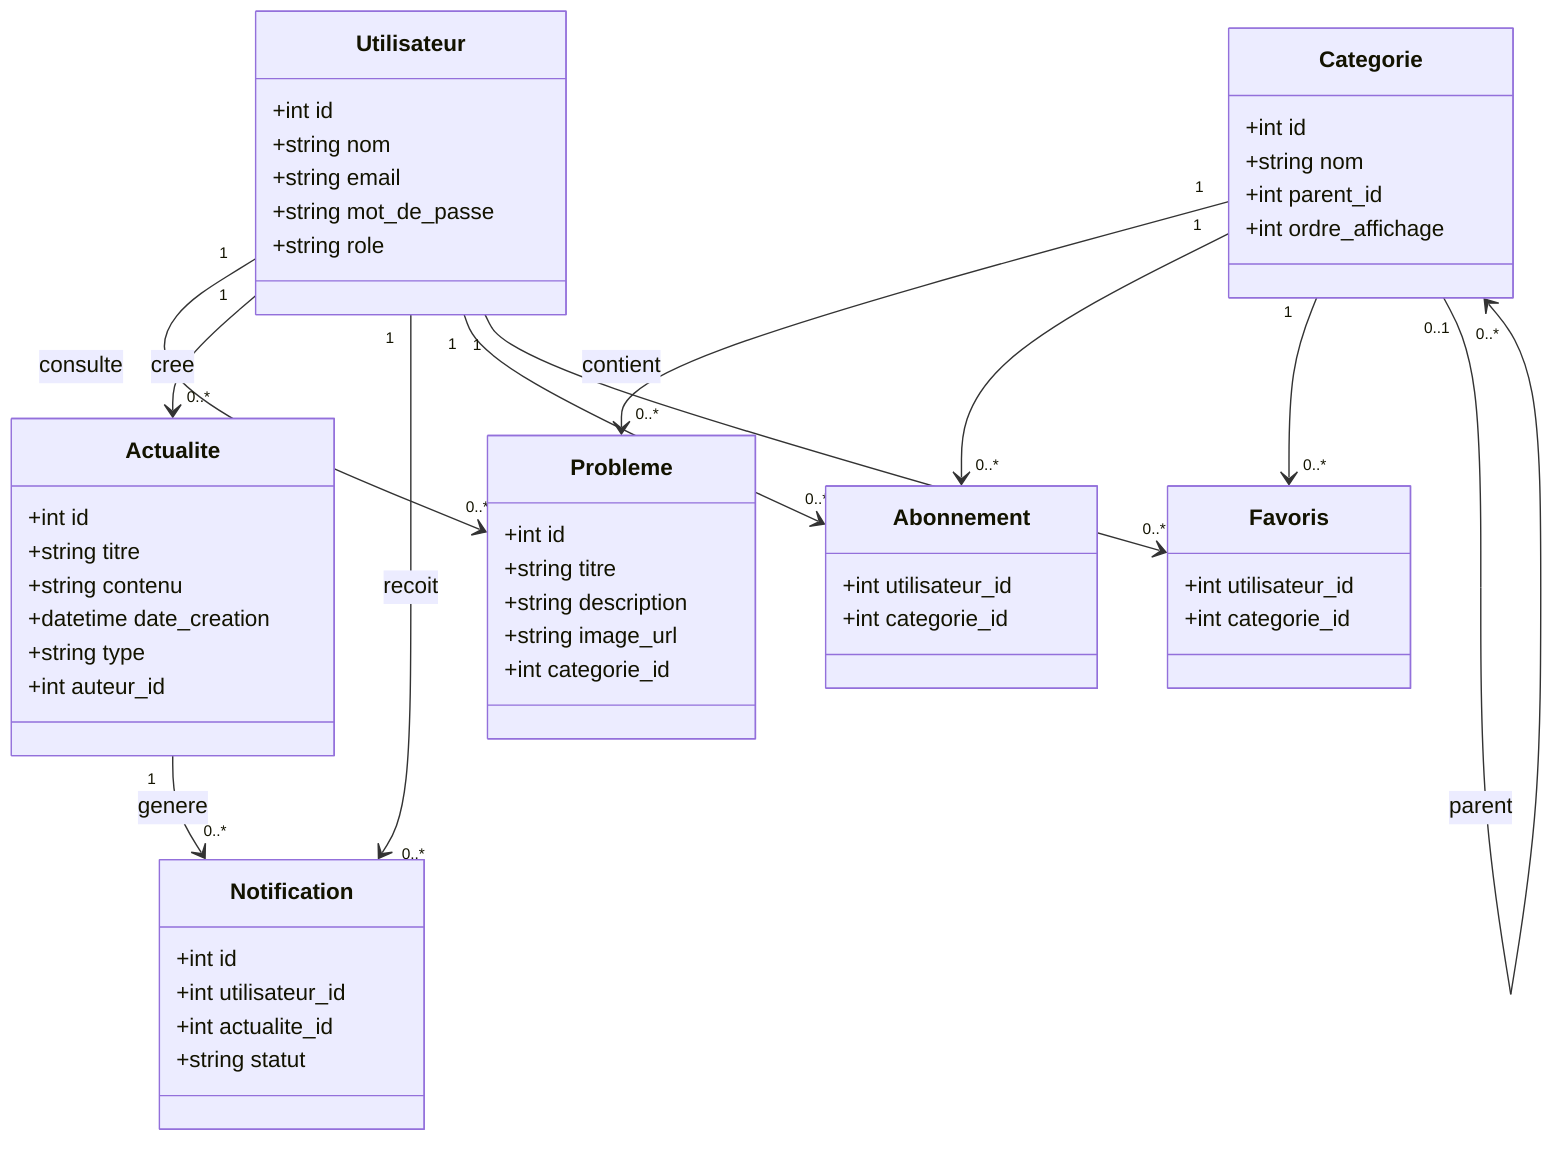
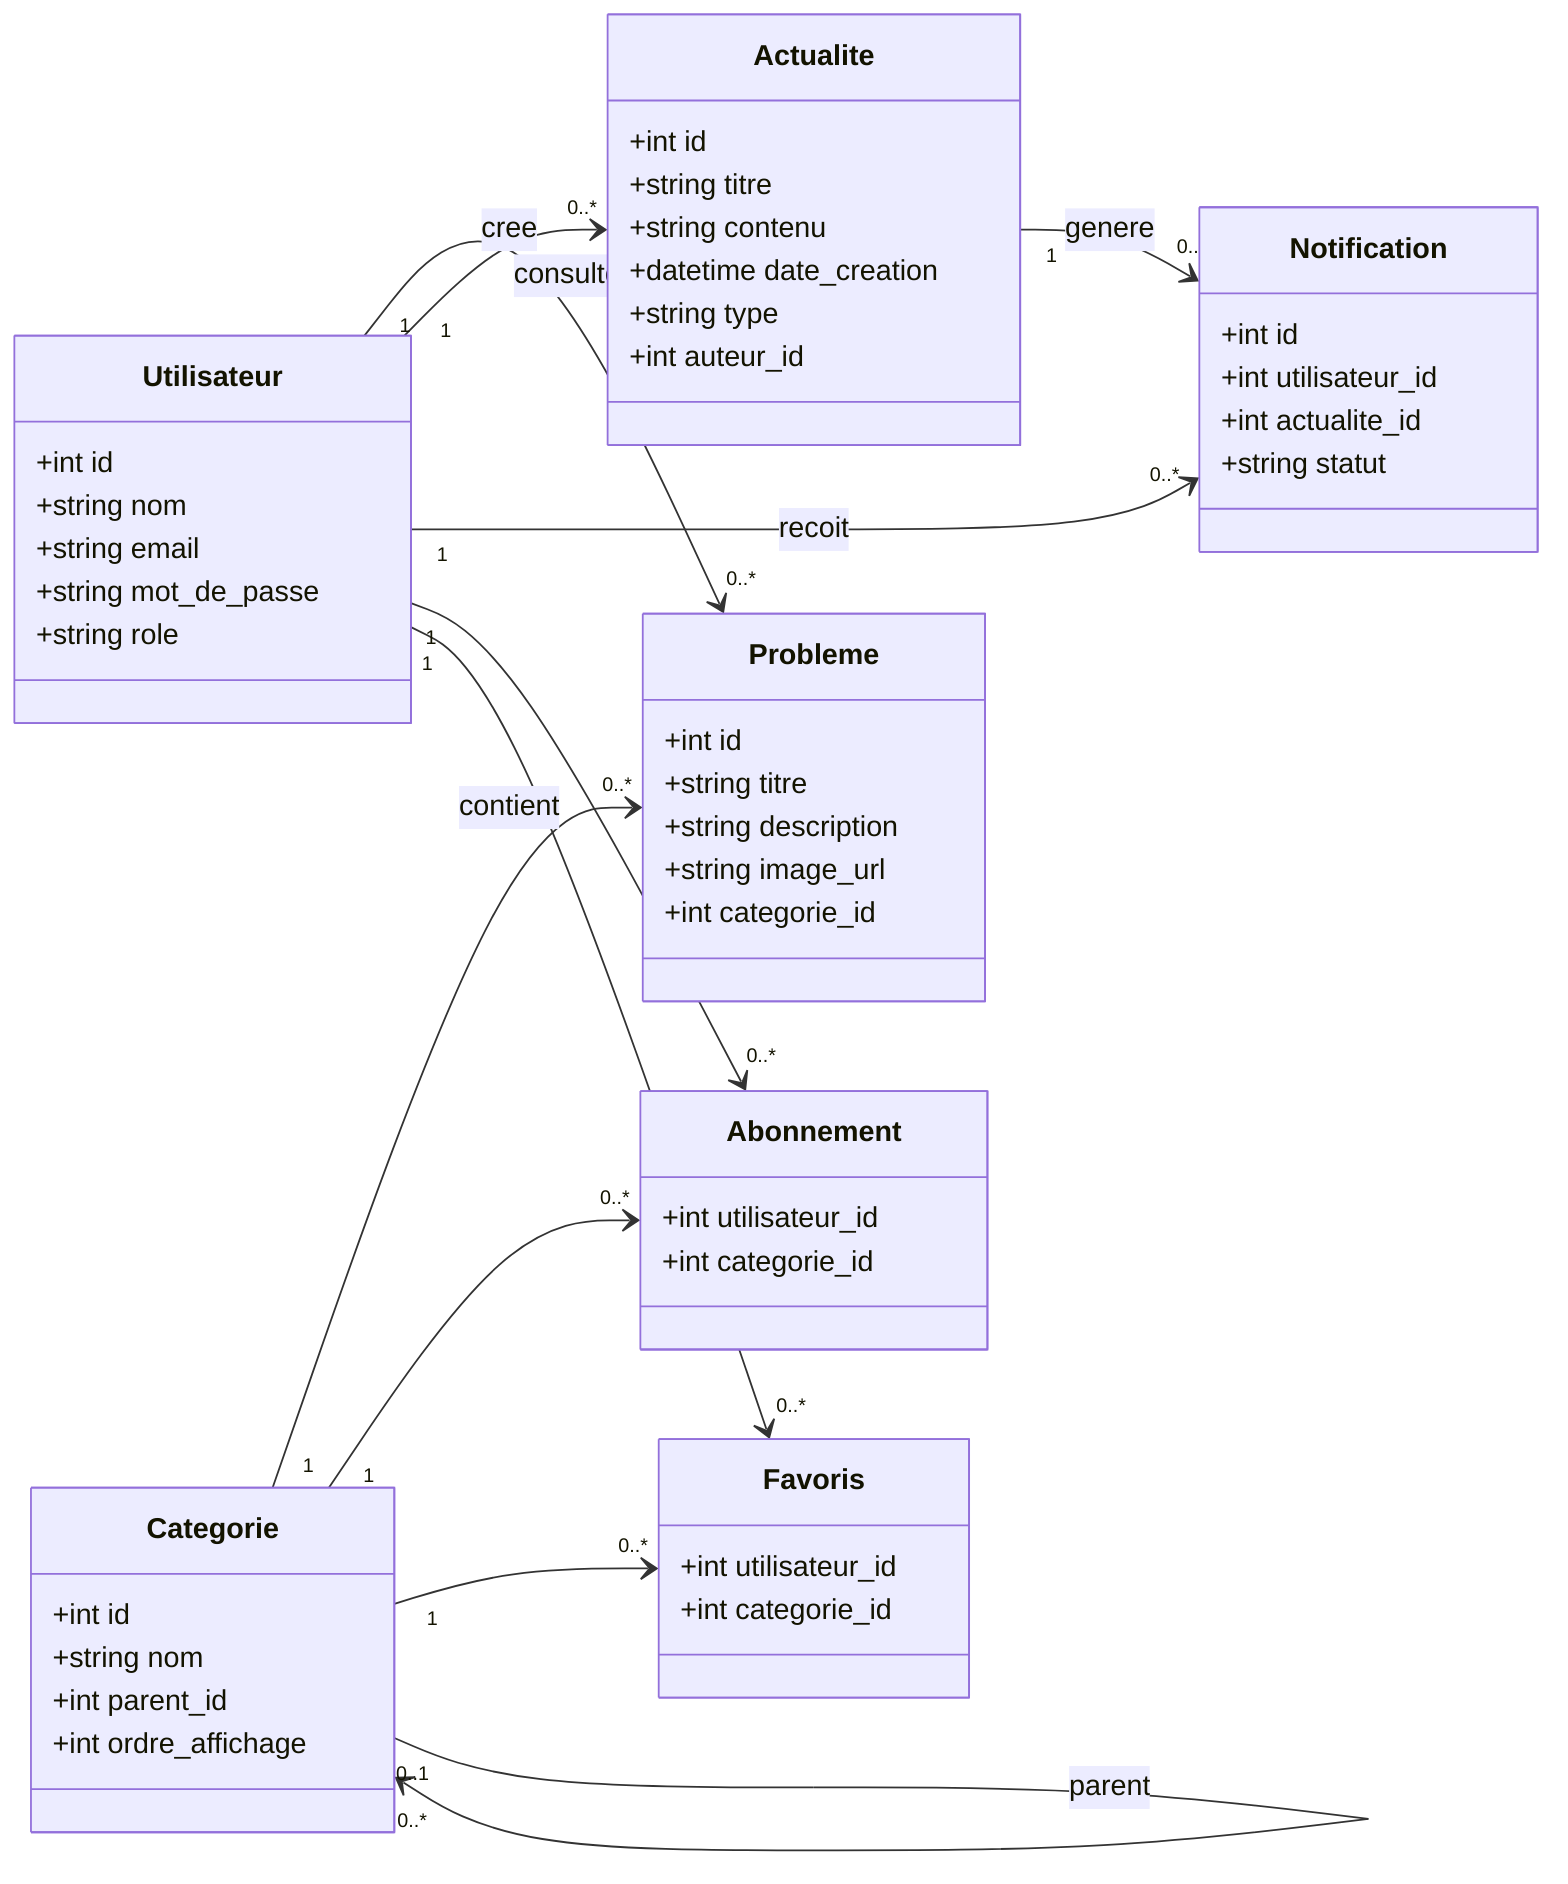
classDiagram
- 
+     direction LR
class Utilisateur {
  +int id
  +string nom
  +string email
  +string mot_de_passe
  +string role
}

class Categorie {
  +int id
  +string nom
  +int parent_id
  +int ordre_affichage
}

class Probleme {
  +int id
  +string titre
  +string description
  +string image_url
  +int categorie_id
}

class Actualite {
  +int id
  +string titre
  +string contenu
  +datetime date_creation
  +string type
  +int auteur_id
}

class Notification {
  +int id
  +int utilisateur_id
  +int actualite_id
  +string statut
}

class Abonnement {
  +int utilisateur_id
  +int categorie_id
}

class Favoris {
  +int utilisateur_id
  +int categorie_id
}

%% Relations

Utilisateur "1" --> "0..*" Probleme : consulte
Utilisateur "1" --> "0..*" Actualite : cree
Utilisateur "1" --> "0..*" Notification : recoit
Utilisateur "1" --> "0..*" Abonnement
Utilisateur "1" --> "0..*" Favoris

Categorie "1" --> "0..*" Probleme : contient
Categorie "1" --> "0..*" Abonnement
Categorie "1" --> "0..*" Favoris
Categorie "0..1" --> "0..*" Categorie : parent

Actualite "1" --> "0..*" Notification : genere